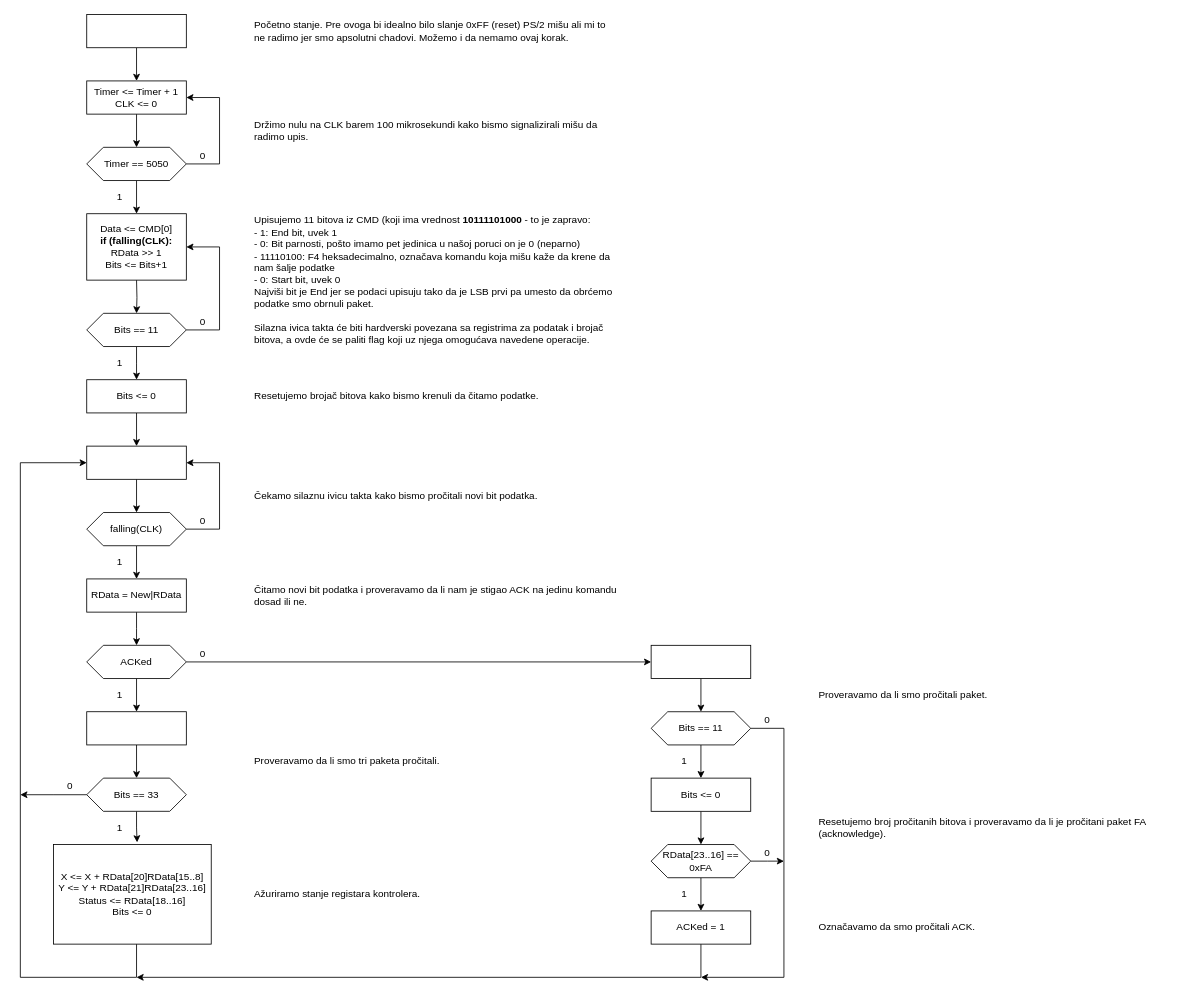
topofkeks/arilla keeps this draw.io diagram as controller/Controller.drawio. Above is the earlier version. Source tidied: cells renumbered, new cells numbered last; positions are measured from the earlier drawing's top-left corner, leaving out a move shared by most shapes. Both pictures are drawn from the tidied source at 83%, with x=0, y=0 at pixel (20, 14).
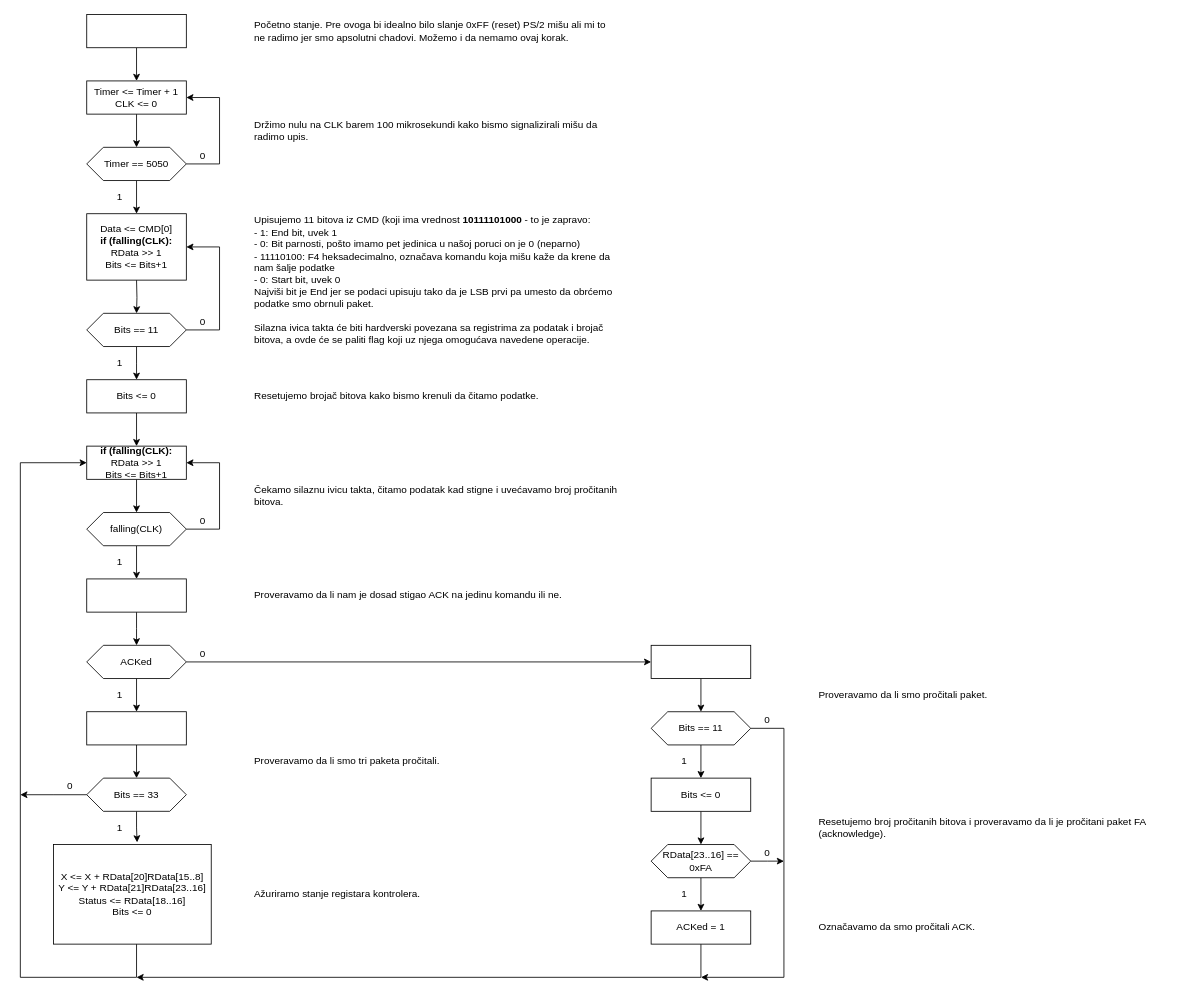
The same diagram, later.

Diff of the diagram source:
```diff
@@
-    <mxCell id="21" value="Čekamo silaznu ivicu takta kako bismo pročitali novi bit podatka." style="text;html=1;strokeColor=none;fillColor=none;align=left;verticalAlign=middle;whiteSpace=wrap;rounded=0;" parent="1" vertex="1">
+    <mxCell id="21" value="Čekamo silaznu ivicu takta, čitamo podatak kad stigne i uvećavamo broj pročitanih bitova." style="text;html=1;strokeColor=none;fillColor=none;align=left;verticalAlign=middle;whiteSpace=wrap;rounded=0;" parent="1" vertex="1">
       <mxGeometry x="280" y="520" width="440" height="120" as="geometry" />
     </mxCell>
-    <mxCell id="22" value="Čitamo novi bit podatka i proveravamo da li nam je stigao ACK na jedinu komandu dosad ili ne." style="text;html=1;strokeColor=none;fillColor=none;align=left;verticalAlign=middle;whiteSpace=wrap;rounded=0;" parent="1" vertex="1">
+    <mxCell id="22" value="Proveravamo da li nam je dosad stigao ACK na jedinu komandu ili ne." style="text;html=1;strokeColor=none;fillColor=none;align=left;verticalAlign=middle;whiteSpace=wrap;rounded=0;" parent="1" vertex="1">
       <mxGeometry x="280" y="680" width="440" height="40" as="geometry" />
     </mxCell>
@@
-    <mxCell id="24" value="RData = New|RData" style="rounded=0;whiteSpace=wrap;html=1;" parent="1" vertex="1">
+    <mxCell id="24" style="rounded=0;whiteSpace=wrap;html=1;" parent="1" vertex="1">
       <mxGeometry x="80" y="680" width="120" height="40" as="geometry" />
     </mxCell>
@@
-    <mxCell id="48" style="rounded=0;whiteSpace=wrap;html=1;" parent="1" vertex="1">
+    <mxCell id="48" value="&lt;b&gt;if (falling(CLK):&lt;/b&gt;&lt;br&gt;&lt;span&gt;RData &amp;gt;&amp;gt; 1&lt;/span&gt;&lt;br&gt;&lt;span&gt;Bits &amp;lt;= Bits+1&lt;/span&gt;" style="rounded=0;whiteSpace=wrap;html=1;" parent="1" vertex="1">
       <mxGeometry x="80" y="520" width="120" height="40" as="geometry" />
     </mxCell>
```
